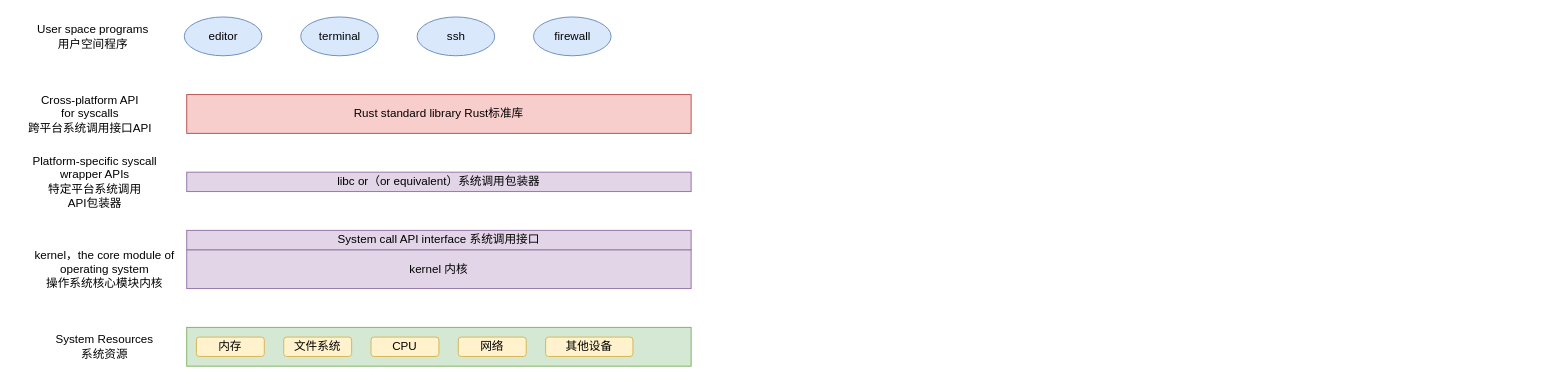
Earlier version of the draw.io diagram rust/std.drawio (sivanbil/architecthure-diagram). Source tidied: cells renumbered, new cells numbered last; positions are measured from the earlier drawing's top-left corner, leaving out a move shared by most shapes. Both pictures are drawn from the tidied source at 97%, with x=0, y=0 at pixel (16, 16).
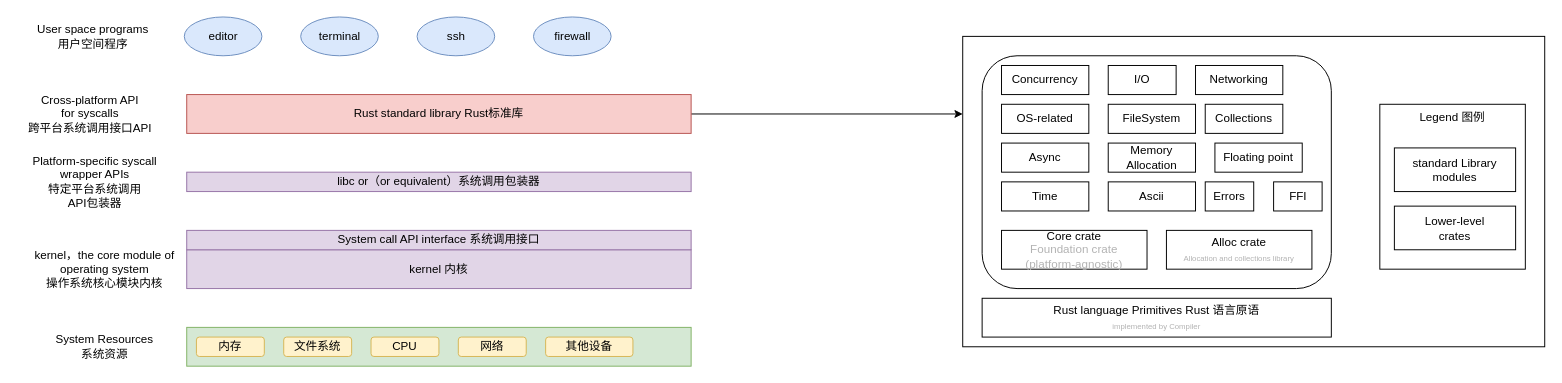
After the change.

Unchanged cells that the change refers to:
```xml
<mxCell id="14" value="Rust standard library Rust标准库" style="rounded=0;whiteSpace=wrap;html=1;fillColor=#f8cecc;strokeColor=#b85450;" parent="1" vertex="1">
  <mxGeometry x="175" y="80" width="520" height="40" as="geometry" />
</mxCell>
```

What changed in the source:
```diff
@@
+    <mxCell id="21" style="edgeStyle=orthogonalEdgeStyle;rounded=0;jettySize=auto;html=1;entryX=0;entryY=0.25;entryDx=0;entryDy=0;" parent="1" edge="1" source="14" target="22">
+      <mxGeometry relative="1" as="geometry" />
+    </mxCell>
@@
+    <mxCell id="22" style="rounded=0;whiteSpace=wrap;html=1;" parent="1" vertex="1">
+      <mxGeometry x="975" y="20" width="600" height="320" as="geometry" />
+    </mxCell>
+    <mxCell id="23" style="rounded=1;whiteSpace=wrap;html=1;" parent="1" vertex="1">
+      <mxGeometry x="995" y="40" width="360" height="240" as="geometry" />
+    </mxCell>
+    <mxCell id="24" value="Concurrency" style="rounded=0;whiteSpace=wrap;html=1;" parent="1" vertex="1">
+      <mxGeometry x="1015" y="50" width="90" height="30" as="geometry" />
+    </mxCell>
+    <mxCell id="25" value="I/O" style="rounded=0;whiteSpace=wrap;html=1;" parent="1" vertex="1">
+      <mxGeometry x="1125" y="50" width="70" height="30" as="geometry" />
+    </mxCell>
+    <mxCell id="26" value="Networking" style="rounded=0;whiteSpace=wrap;html=1;" parent="1" vertex="1">
+      <mxGeometry x="1215" y="50" width="90" height="30" as="geometry" />
+    </mxCell>
+    <mxCell id="27" value="OS-related" style="rounded=0;whiteSpace=wrap;html=1;" parent="1" vertex="1">
+      <mxGeometry x="1015" y="90" width="90" height="30" as="geometry" />
+    </mxCell>
+    <mxCell id="28" value="FileSystem" style="rounded=0;whiteSpace=wrap;html=1;" parent="1" vertex="1">
+      <mxGeometry x="1125" y="90" width="90" height="30" as="geometry" />
+    </mxCell>
+    <mxCell id="29" value="Collections" style="rounded=0;whiteSpace=wrap;html=1;" parent="1" vertex="1">
+      <mxGeometry x="1225" y="90" width="80" height="30" as="geometry" />
+    </mxCell>
+    <mxCell id="30" value="Async" style="rounded=0;whiteSpace=wrap;html=1;" parent="1" vertex="1">
+      <mxGeometry x="1015" y="130" width="90" height="30" as="geometry" />
+    </mxCell>
+    <mxCell id="31" value="Memory&lt;br&gt;Allocation" style="rounded=0;whiteSpace=wrap;html=1;" parent="1" vertex="1">
+      <mxGeometry x="1125" y="130" width="90" height="30" as="geometry" />
+    </mxCell>
+    <mxCell id="32" value="FFI" style="rounded=0;whiteSpace=wrap;html=1;" parent="1" vertex="1">
+      <mxGeometry x="1295.5" y="170" width="50" height="30" as="geometry" />
+    </mxCell>
+    <mxCell id="33" value="Time" style="rounded=0;whiteSpace=wrap;html=1;" parent="1" vertex="1">
+      <mxGeometry x="1015" y="170" width="90" height="30" as="geometry" />
+    </mxCell>
+    <mxCell id="34" value="Ascii" style="rounded=0;whiteSpace=wrap;html=1;" parent="1" vertex="1">
+      <mxGeometry x="1125" y="170" width="90" height="30" as="geometry" />
+    </mxCell>
+    <mxCell id="35" value="Errors" style="rounded=0;whiteSpace=wrap;html=1;" parent="1" vertex="1">
+      <mxGeometry x="1225" y="170" width="50" height="30" as="geometry" />
+    </mxCell>
+    <mxCell id="36" value="Core crate&lt;br&gt;&lt;font color=&quot;#b3b3b3&quot;&gt;Foundation crate&lt;br&gt;(platform-agnostic)&lt;/font&gt;" style="rounded=0;whiteSpace=wrap;html=1;" parent="1" vertex="1">
+      <mxGeometry x="1015" y="220" width="150" height="40" as="geometry" />
+    </mxCell>
+    <mxCell id="37" value="Alloc crate&lt;br&gt;&lt;font color=&quot;#b3b3b3&quot; style=&quot;font-size: 8px;&quot;&gt;Allocation and collections library&lt;/font&gt;" style="rounded=0;whiteSpace=wrap;html=1;" parent="1" vertex="1">
+      <mxGeometry x="1185" y="220" width="150" height="40" as="geometry" />
+    </mxCell>
+    <mxCell id="38" value="Rust language Primitives Rust 语言原语&lt;br&gt;&lt;font color=&quot;#b3b3b3&quot; style=&quot;font-size: 8px;&quot;&gt;implemented by Compiler&lt;/font&gt;" style="rounded=0;whiteSpace=wrap;html=1;" parent="1" vertex="1">
+      <mxGeometry x="995" y="290" width="360" height="40" as="geometry" />
+    </mxCell>
+    <mxCell id="39" value="Floating point" style="rounded=0;whiteSpace=wrap;html=1;" parent="1" vertex="1">
+      <mxGeometry x="1235" y="130" width="90" height="30" as="geometry" />
+    </mxCell>
+    <mxCell id="40" value="Legend 图例" style="rounded=0;whiteSpace=wrap;html=1;verticalAlign=top;" parent="1" vertex="1">
+      <mxGeometry x="1405" y="90" width="150" height="170" as="geometry" />
+    </mxCell>
+    <mxCell id="41" value="standard Library modules" style="rounded=0;whiteSpace=wrap;html=1;" parent="1" vertex="1">
+      <mxGeometry x="1420" y="135" width="125" height="45" as="geometry" />
+    </mxCell>
+    <mxCell id="42" value="Lower-level&lt;br&gt;crates" style="rounded=0;whiteSpace=wrap;html=1;" parent="1" vertex="1">
+      <mxGeometry x="1420" y="195" width="125" height="45" as="geometry" />
+    </mxCell>
```
